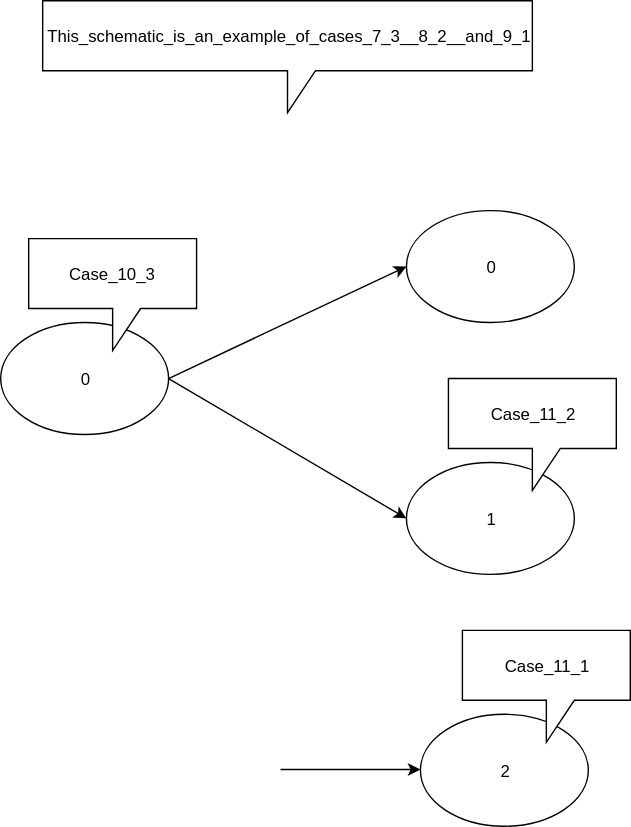
Above: svg/js-compiler/test_diagrams/tee.svg in bmfbp/bmfbp (draw.io), before the change. Source tidied: cells renumbered, new cells last; positions are measured from the earlier drawing's top-left corner, leaving out a move shared by most shapes.
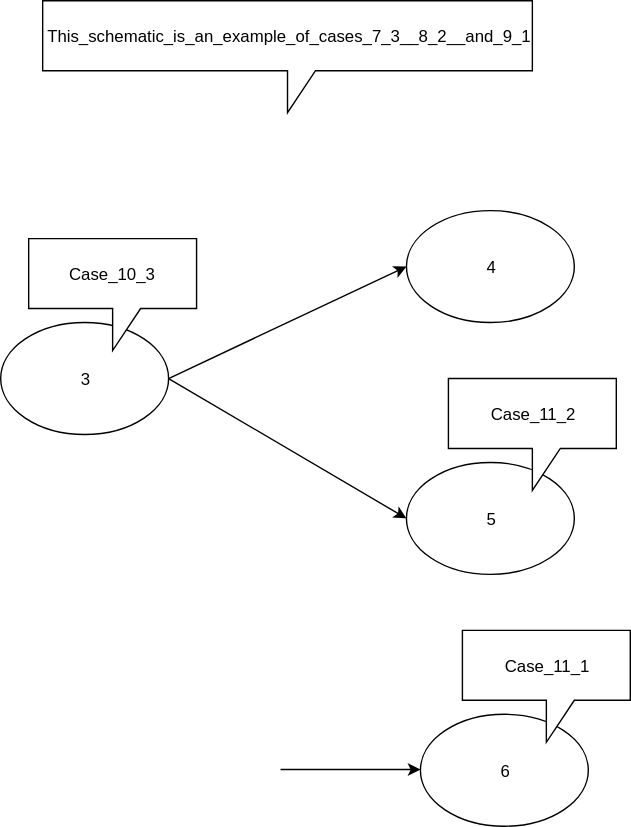
After the change.

Commit message:
changed all ports to have unique indices

The edit, as a diff of the source:
```diff
@@ -2,13 +2,13 @@
   <root>
     <mxCell id="0" />
     <mxCell id="1" parent="0" />
-    <mxCell id="2" value="0" style="ellipse;whiteSpace=wrap;html=1;" parent="1" vertex="1">
+    <mxCell id="2" value="3" style="ellipse;whiteSpace=wrap;html=1;" parent="1" vertex="1">
       <mxGeometry y="230" width="120" height="80" as="geometry" />
     </mxCell>
-    <mxCell id="3" value="0" style="ellipse;whiteSpace=wrap;html=1;" parent="1" vertex="1">
+    <mxCell id="3" value="4" style="ellipse;whiteSpace=wrap;html=1;" parent="1" vertex="1">
       <mxGeometry x="290" y="150" width="120" height="80" as="geometry" />
     </mxCell>
-    <mxCell id="4" value="1" style="ellipse;whiteSpace=wrap;html=1;" parent="1" vertex="1">
+    <mxCell id="4" value="5" style="ellipse;whiteSpace=wrap;html=1;" parent="1" vertex="1">
       <mxGeometry x="290" y="330" width="120" height="80" as="geometry" />
     </mxCell>
     <mxCell id="5" value="This_schematic_is_an_example_of_cases_7_3__8_2__and_9_1" style="shape=callout;whiteSpace=wrap;html=1;perimeter=calloutPerimeter;" parent="1" vertex="1">
@@ -20,7 +20,7 @@
     <mxCell id="7" style="endArrow=classic;html=1;exitX=1;exitY=0.5;exitDx=0;exitDy=0;entryX=0;entryY=0.5;entryDx=0;entryDy=0;" parent="1" edge="1" source="2" target="4">
       <mxGeometry relative="1" as="geometry" />
     </mxCell>
-    <mxCell id="8" value="2" style="ellipse;whiteSpace=wrap;html=1;" parent="1" vertex="1">
+    <mxCell id="8" value="6" style="ellipse;whiteSpace=wrap;html=1;" parent="1" vertex="1">
       <mxGeometry x="300" y="510" width="120" height="80" as="geometry" />
     </mxCell>
     <mxCell id="9" style="endArrow=classic;html=1;exitX=1;exitY=0.5;exitDx=0;exitDy=0;" parent="1" edge="1">
```
